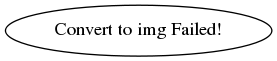
This is error.png from annProg/chart, a Graphviz export, as it was before one commit. Its source is kept beside it as error.gv. Its diagram source:
```dot
graph G {
	error[label="Convert to img Failed!";];
}
```
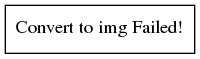
Above is the later version.

The edit, as a diff of the source:
```diff
@@ -1,3 +1,3 @@
 graph G {
-	error[label="Convert to img Failed!";];
+	error[shape="box",label="Convert to img Failed!"];
 }
```
